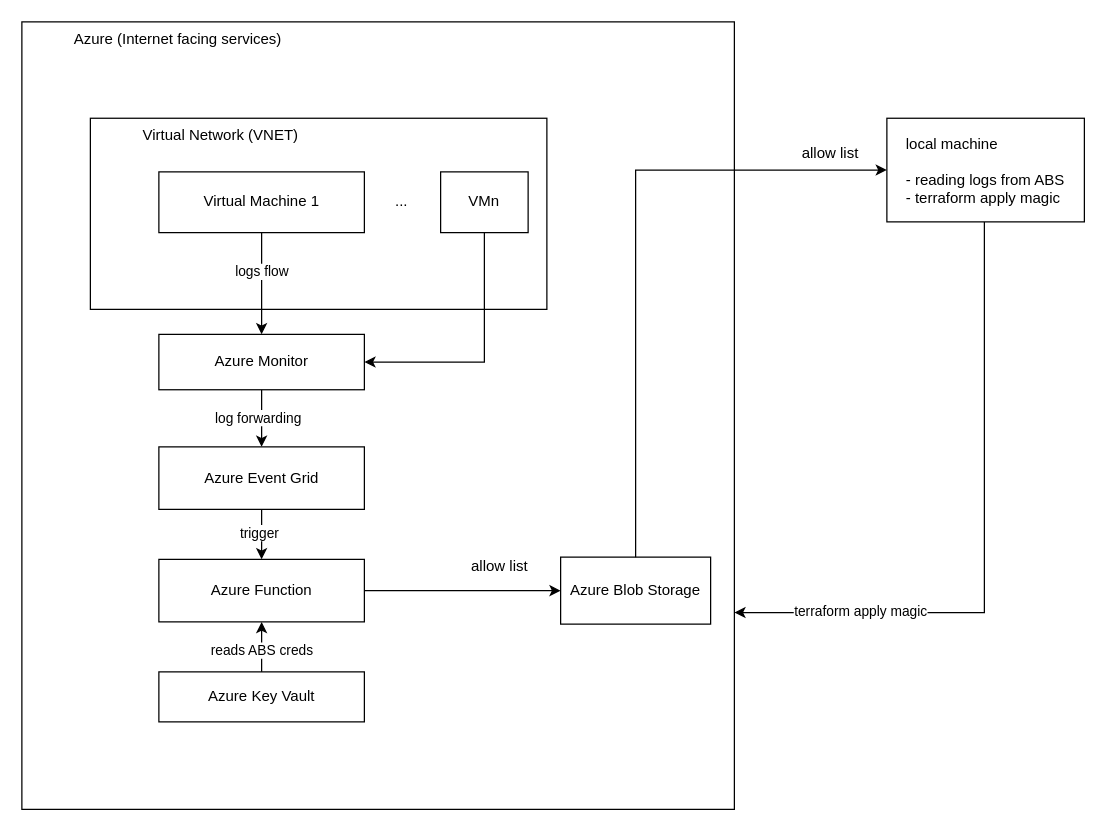
Before: docs/assets/diagrams.drawio in agu3rra/devsecops-workshop, a draw.io diagram. Source tidied: cells renumbered, new cells numbered last; positions are measured from the earlier drawing's top-left corner, leaving out a move shared by most shapes. Both pictures are drawn from the tidied source at 125%, with x=0, y=0 at pixel (21, 21).
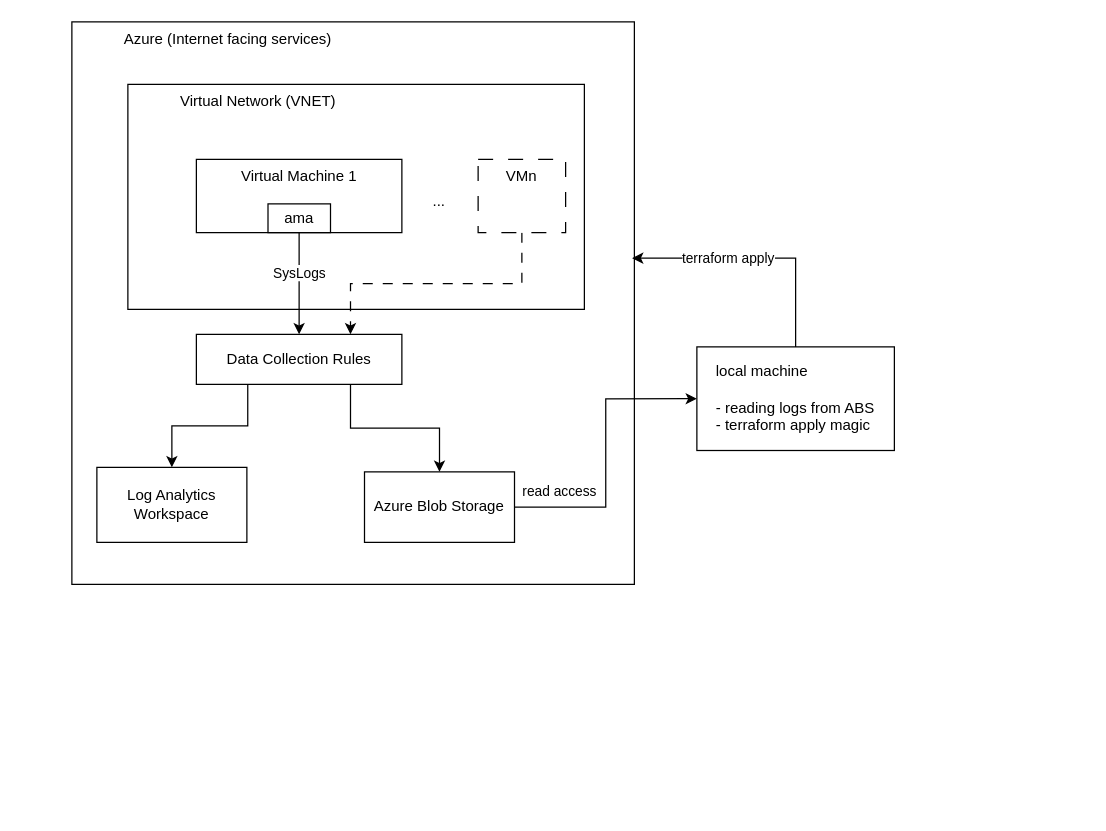
After the change.

Commit message (it also covers changes not shown here):
better diagram

Change to the diagram source:
```diff
@@
-    <mxCell id="2" style="group;" parent="1" vertex="1">
-      <mxGeometry width="850" height="630" as="geometry" />
-    </mxCell>
-    <mxCell id="3" value="&lt;blockquote style=&quot;margin: 0 0 0 40px; border: none; padding: 0px;&quot;&gt;Azure (Internet facing services)&lt;/blockquote&gt;" style="rounded=0;whiteSpace=wrap;html=1;verticalAlign=top;align=left;" parent="2" vertex="1">
-      <mxGeometry width="570" height="630" as="geometry" />
+    <mxCell id="3" value="&lt;blockquote style=&quot;margin: 0 0 0 40px; border: none; padding: 0px;&quot;&gt;Azure (Internet facing services)&lt;/blockquote&gt;" style="rounded=0;whiteSpace=wrap;html=1;verticalAlign=top;align=left;" parent="1" vertex="1">
+      <mxGeometry x="40" width="450" height="450" as="geometry" />
     </mxCell>
-    <mxCell id="4" value="&lt;blockquote style=&quot;margin: 0 0 0 40px; border: none; padding: 0px;&quot;&gt;Virtual Network (VNET)&lt;/blockquote&gt;" style="rounded=0;whiteSpace=wrap;html=1;align=left;horizontal=1;verticalAlign=top;" parent="2" vertex="1">
-      <mxGeometry x="54.8" y="77.1" width="365.2" height="152.9" as="geometry" />
+    <mxCell id="4" value="&lt;blockquote style=&quot;margin: 0 0 0 40px; border: none; padding: 0px;&quot;&gt;Virtual Network (VNET)&lt;/blockquote&gt;" style="rounded=0;whiteSpace=wrap;html=1;align=left;horizontal=1;verticalAlign=top;" parent="1" vertex="1">
+      <mxGeometry x="84.8" y="50" width="365.2" height="180" as="geometry" />
     </mxCell>
-    <mxCell id="5" style="edgeStyle=orthogonalEdgeStyle;rounded=0;jettySize=auto;html=1;exitX=0.5;exitY=1;exitDx=0;exitDy=0;entryX=0.5;entryY=0;entryDx=0;entryDy=0;" parent="2" edge="1" source="7" target="12">
+    <mxCell id="5" style="edgeStyle=orthogonalEdgeStyle;rounded=0;jettySize=auto;html=1;exitX=0.5;exitY=1;exitDx=0;exitDy=0;entryX=0.5;entryY=0;entryDx=0;entryDy=0;" parent="1" edge="1" source="7" target="12">
       <mxGeometry relative="1" as="geometry" />
     </mxCell>
-    <mxCell id="6" value="logs flow" style="edgeLabel;html=1;align=center;verticalAlign=middle;" parent="5" vertex="1">
-      <mxGeometry relative="1" as="geometry">
-        <mxPoint y="-10" as="offset" />
-      </mxGeometry>
-    </mxCell>
+    <mxCell id="29" value="SysLogs" style="edgeLabel;html=1;align=center;verticalAlign=middle;" parent="5" vertex="1">
+      <mxGeometry x="0.02" y="-1" relative="1" as="geometry">
+        <mxPoint x="1" y="-10" as="offset" />
+      </mxGeometry>
+    </mxCell>
-    <mxCell id="7" value="Virtual Machine 1" style="rounded=0;whiteSpace=wrap;html=1;" parent="2" vertex="1">
-      <mxGeometry x="109.6" y="120" width="164.4" height="48.6" as="geometry" />
+    <mxCell id="7" value="Virtual Machine 1" style="rounded=0;whiteSpace=wrap;html=1;verticalAlign=top;" parent="1" vertex="1">
+      <mxGeometry x="139.6" y="110" width="164.4" height="58.6" as="geometry" />
     </mxCell>
+    <mxCell id="28" style="edgeStyle=orthogonalEdgeStyle;rounded=0;jettySize=auto;html=1;exitX=1;exitY=0.5;exitDx=0;exitDy=0;entryX=0;entryY=0.5;entryDx=0;entryDy=0;" parent="1" edge="1" source="8" target="26">
+      <mxGeometry relative="1" as="geometry" />
+    </mxCell>
+    <mxCell id="30" value="read access" style="edgeLabel;html=1;align=center;verticalAlign=middle;" parent="28" vertex="1">
+      <mxGeometry x="-0.61" y="1" relative="1" as="geometry">
+        <mxPoint x="-10" y="-12" as="offset" />
+      </mxGeometry>
+    </mxCell>
-    <mxCell id="8" value="Azure Blob Storage" style="rounded=0;whiteSpace=wrap;html=1;" parent="2" vertex="1">
-      <mxGeometry x="431" y="428.2" width="120" height="53.6" as="geometry" />
+    <mxCell id="8" value="Azure Blob Storage" style="rounded=0;whiteSpace=wrap;html=1;" parent="1" vertex="1">
+      <mxGeometry x="274.1" y="360" width="120" height="56.4" as="geometry" />
     </mxCell>
-    <mxCell id="9" value="allow list" style="text;html=1;strokeColor=none;fillColor=none;align=center;verticalAlign=middle;whiteSpace=wrap;rounded=0;" parent="2" vertex="1">
-      <mxGeometry x="321" y="416.4" width="123.3" height="38.6" as="geometry" />
-    </mxCell>
-    <mxCell id="10" style="edgeStyle=orthogonalEdgeStyle;rounded=0;jettySize=auto;html=1;exitX=0.5;exitY=1;exitDx=0;exitDy=0;" parent="2" edge="1" source="12" target="17">
-      <mxGeometry relative="1" as="geometry" />
-    </mxCell>
-    <mxCell id="11" value="log forwarding" style="edgeLabel;html=1;align=center;verticalAlign=middle;" parent="10" vertex="1">
-      <mxGeometry x="-0.05" y="-3" relative="1" as="geometry" />
-    </mxCell>
+    <mxCell id="31" style="edgeStyle=orthogonalEdgeStyle;rounded=0;jettySize=auto;html=1;exitX=0.25;exitY=1;exitDx=0;exitDy=0;" parent="1" edge="1" source="12" target="33">
+      <mxGeometry relative="1" as="geometry" />
+    </mxCell>
+    <mxCell id="32" style="edgeStyle=orthogonalEdgeStyle;rounded=0;jettySize=auto;html=1;exitX=0.75;exitY=1;exitDx=0;exitDy=0;" parent="1" edge="1" source="12" target="8">
+      <mxGeometry relative="1" as="geometry" />
+    </mxCell>
-    <mxCell id="12" value="Azure Monitor" style="rounded=0;whiteSpace=wrap;html=1;" parent="2" vertex="1">
-      <mxGeometry x="109.6" y="250" width="164.4" height="44.3" as="geometry" />
+    <mxCell id="12" value="Data Collection Rules" style="rounded=0;whiteSpace=wrap;html=1;" parent="1" vertex="1">
+      <mxGeometry x="139.6" y="250" width="164.4" height="40" as="geometry" />
     </mxCell>
-    <mxCell id="13" style="edgeStyle=orthogonalEdgeStyle;rounded=0;jettySize=auto;html=1;exitX=1;exitY=0.5;exitDx=0;exitDy=0;" parent="2" edge="1" source="14" target="8">
-      <mxGeometry relative="1" as="geometry" />
-    </mxCell>
-    <mxCell id="14" value="Azure Function" style="rounded=0;whiteSpace=wrap;html=1;" parent="2" vertex="1">
-      <mxGeometry x="109.6" y="430" width="164.4" height="50" as="geometry" />
-    </mxCell>
-    <mxCell id="15" style="edgeStyle=orthogonalEdgeStyle;rounded=0;jettySize=auto;html=1;exitX=0.5;exitY=1;exitDx=0;exitDy=0;entryX=0.5;entryY=0;entryDx=0;entryDy=0;" parent="2" edge="1" source="17" target="14">
-      <mxGeometry relative="1" as="geometry" />
-    </mxCell>
-    <mxCell id="16" value="trigger" style="edgeLabel;html=1;align=center;verticalAlign=middle;" parent="15" vertex="1">
-      <mxGeometry x="-0.1" y="-2" relative="1" as="geometry" />
-    </mxCell>
-    <mxCell id="17" value="Azure Event Grid" style="rounded=0;whiteSpace=wrap;html=1;" parent="2" vertex="1">
-      <mxGeometry x="109.6" y="340" width="164.4" height="50" as="geometry" />
-    </mxCell>
-    <mxCell id="18" style="edgeStyle=orthogonalEdgeStyle;rounded=0;jettySize=auto;html=1;entryX=0.5;entryY=1;entryDx=0;entryDy=0;" parent="2" edge="1" source="20" target="14">
-      <mxGeometry relative="1" as="geometry" />
-    </mxCell>
-    <mxCell id="19" value="reads ABS creds" style="edgeLabel;html=1;align=center;verticalAlign=middle;" parent="18" vertex="1">
-      <mxGeometry x="-0.1" relative="1" as="geometry" />
-    </mxCell>
-    <mxCell id="20" value="Azure Key Vault" style="rounded=0;whiteSpace=wrap;html=1;" parent="2" vertex="1">
-      <mxGeometry x="109.6" y="520" width="164.4" height="40" as="geometry" />
-    </mxCell>
-    <mxCell id="21" style="edgeStyle=orthogonalEdgeStyle;rounded=0;jettySize=auto;html=1;entryX=1;entryY=0.5;entryDx=0;entryDy=0;exitX=0.5;exitY=1;exitDx=0;exitDy=0;" parent="2" edge="1" source="22" target="12">
+    <mxCell id="21" style="edgeStyle=orthogonalEdgeStyle;rounded=0;jettySize=auto;html=1;entryX=0.75;entryY=0;entryDx=0;entryDy=0;exitX=0.5;exitY=1;exitDx=0;exitDy=0;dashed=1;dashPattern=8 8;" parent="1" edge="1" source="22" target="12">
       <mxGeometry relative="1" as="geometry" />
     </mxCell>
-    <mxCell id="22" value="VMn" style="rounded=0;whiteSpace=wrap;html=1;" parent="2" vertex="1">
-      <mxGeometry x="335" y="120" width="70" height="48.6" as="geometry" />
+    <mxCell id="22" value="VMn" style="rounded=0;whiteSpace=wrap;html=1;dashed=1;dashPattern=12 12;verticalAlign=top;" parent="1" vertex="1">
+      <mxGeometry x="365" y="110" width="70" height="58.6" as="geometry" />
     </mxCell>
-    <mxCell id="23" value="..." style="text;html=1;strokeColor=none;fillColor=none;align=center;verticalAlign=middle;whiteSpace=wrap;rounded=0;" parent="2" vertex="1">
-      <mxGeometry x="274.1" y="129.3" width="60" height="30" as="geometry" />
+    <mxCell id="23" value="..." style="text;html=1;strokeColor=none;fillColor=none;align=center;verticalAlign=middle;whiteSpace=wrap;rounded=0;" parent="1" vertex="1">
+      <mxGeometry x="304.1" y="129.3" width="60" height="30" as="geometry" />
     </mxCell>
+    <mxCell id="26" value="&lt;div style=&quot;text-align: left;&quot;&gt;&lt;span style=&quot;background-color: initial;&quot;&gt;local machine&lt;/span&gt;&lt;/div&gt;&lt;div style=&quot;text-align: left;&quot;&gt;&lt;span style=&quot;background-color: initial;&quot;&gt;&lt;br&gt;&lt;/span&gt;&lt;/div&gt;&lt;div style=&quot;text-align: left;&quot;&gt;&lt;span style=&quot;background-color: initial;&quot;&gt;- reading logs from ABS&lt;/span&gt;&lt;/div&gt;&lt;div style=&quot;text-align: left;&quot;&gt;&lt;span style=&quot;background-color: initial;&quot;&gt;- terraform apply magic&lt;/span&gt;&lt;/div&gt;" style="rounded=0;whiteSpace=wrap;html=1;" parent="1" vertex="1">
+      <mxGeometry x="540" y="260" width="158" height="82.9" as="geometry" />
+    </mxCell>
+    <mxCell id="33" value="Log Analytics Workspace" style="rounded=0;whiteSpace=wrap;html=1;" parent="1" vertex="1">
+      <mxGeometry x="60" y="356.4" width="120" height="60" as="geometry" />
+    </mxCell>
-    <mxCell id="24" style="edgeStyle=orthogonalEdgeStyle;rounded=0;jettySize=auto;html=1;entryX=1;entryY=0.75;entryDx=0;entryDy=0;" parent="2" edge="1" source="26" target="3">
-      <mxGeometry relative="1" as="geometry">
-        <Array as="points">
-          <mxPoint x="770" y="473" />
-        </Array>
-      </mxGeometry>
+    <mxCell id="24" style="edgeStyle=orthogonalEdgeStyle;rounded=0;jettySize=auto;html=1;exitX=0.5;exitY=0;exitDx=0;exitDy=0;entryX=0.996;entryY=0.42;entryDx=0;entryDy=0;entryPerimeter=0;" parent="1" edge="1" source="26" target="3">
+      <mxGeometry relative="1" as="geometry" />
     </mxCell>
-    <mxCell id="25" value="terraform apply magic" style="edgeLabel;html=1;align=center;verticalAlign=middle;" parent="24" vertex="1">
-      <mxGeometry x="0.61" y="-1" relative="1" as="geometry">
-        <mxPoint x="1" as="offset" />
-      </mxGeometry>
-    </mxCell>
-    <mxCell id="26" value="&lt;div style=&quot;text-align: left;&quot;&gt;&lt;span style=&quot;background-color: initial;&quot;&gt;local machine&lt;/span&gt;&lt;/div&gt;&lt;div style=&quot;text-align: left;&quot;&gt;&lt;span style=&quot;background-color: initial;&quot;&gt;&lt;br&gt;&lt;/span&gt;&lt;/div&gt;&lt;div style=&quot;text-align: left;&quot;&gt;&lt;span style=&quot;background-color: initial;&quot;&gt;- reading logs from ABS&lt;/span&gt;&lt;/div&gt;&lt;div style=&quot;text-align: left;&quot;&gt;&lt;span style=&quot;background-color: initial;&quot;&gt;- terraform apply magic&lt;/span&gt;&lt;/div&gt;" style="rounded=0;whiteSpace=wrap;html=1;" parent="2" vertex="1">
-      <mxGeometry x="692" y="77.1" width="158" height="82.9" as="geometry" />
-    </mxCell>
-    <mxCell id="27" value="allow list" style="text;html=1;strokeColor=none;fillColor=none;align=center;verticalAlign=middle;whiteSpace=wrap;rounded=0;" parent="2" vertex="1">
-      <mxGeometry x="602" y="90" width="90" height="30" as="geometry" />
-    </mxCell>
-    <mxCell id="28" style="edgeStyle=orthogonalEdgeStyle;rounded=0;jettySize=auto;html=1;exitX=0.5;exitY=0;exitDx=0;exitDy=0;entryX=0;entryY=0.5;entryDx=0;entryDy=0;" parent="2" edge="1" source="8" target="26">
-      <mxGeometry relative="1" as="geometry" />
-    </mxCell>
+    <mxCell id="34" value="terraform apply" style="edgeLabel;html=1;align=center;verticalAlign=middle;" parent="24" vertex="1">
+      <mxGeometry x="0.25" y="-1" relative="1" as="geometry" />
+    </mxCell>
+    <mxCell id="35" value="ama" style="rounded=0;whiteSpace=wrap;html=1;" parent="1" vertex="1">
+      <mxGeometry x="196.9" y="145.6" width="50" height="23" as="geometry" />
+    </mxCell>
```
